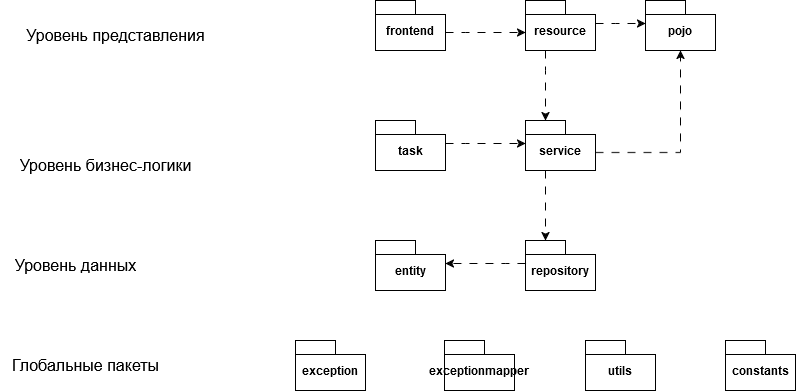
Before: src/main/resources/documentation/Диаграмма пакетов.drawio.png, a diagram exported from draw.io (VladBaton/vlk). Source tidied: cells renumbered, new cells last; positions are measured from the earlier drawing's top-left corner, leaving out a move shared by most shapes.
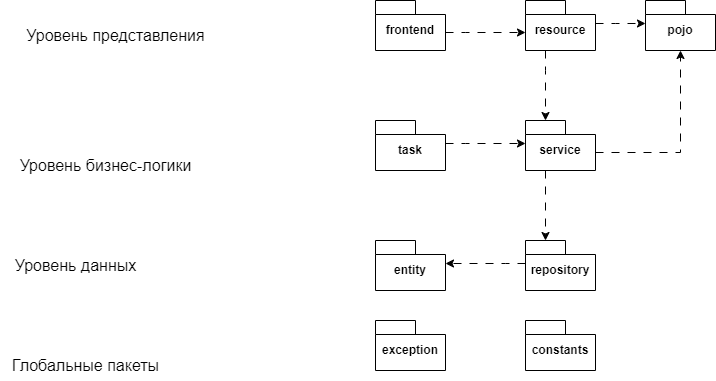
The same diagram one commit later.

Change to the diagram source:
```diff
@@ -21,16 +21,13 @@
       <mxGeometry x="15" y="20" width="200" height="30" as="geometry" />
     </mxCell>
     <mxCell id="8" value="exception" style="shape=folder;fontStyle=1;spacingTop=10;tabWidth=40;tabHeight=14;tabPosition=left;html=1;whiteSpace=wrap;" parent="1" vertex="1">
-      <mxGeometry x="295" y="340" width="70" height="50" as="geometry" />
+      <mxGeometry x="375" y="320" width="70" height="50" as="geometry" />
     </mxCell>
     <mxCell id="9" value="Глобальные пакеты" style="text;html=1;align=center;verticalAlign=middle;strokeColor=none;fillColor=none;fontSize=16;" parent="1" vertex="1">
       <mxGeometry y="350" width="170" height="30" as="geometry" />
     </mxCell>
-    <mxCell id="10" value="exceptionmapper" style="shape=folder;fontStyle=1;spacingTop=10;tabWidth=40;tabHeight=14;tabPosition=left;html=1;whiteSpace=wrap;" parent="1" vertex="1">
-      <mxGeometry x="444" y="340" width="70" height="50" as="geometry" />
-    </mxCell>
     <mxCell id="11" value="constants" style="shape=folder;fontStyle=1;spacingTop=10;tabWidth=40;tabHeight=14;tabPosition=left;html=1;whiteSpace=wrap;" parent="1" vertex="1">
-      <mxGeometry x="725" y="340" width="70" height="50" as="geometry" />
+      <mxGeometry x="525" y="320" width="70" height="50" as="geometry" />
     </mxCell>
     <mxCell id="12" value="repository" style="shape=folder;fontStyle=1;spacingTop=10;tabWidth=40;tabHeight=14;tabPosition=left;html=1;whiteSpace=wrap;" parent="1" vertex="1">
       <mxGeometry x="525" y="240" width="70" height="50" as="geometry" />
@@ -54,9 +51,6 @@
         </Array>
       </mxGeometry>
     </mxCell>
-    <mxCell id="16" value="utils" style="shape=folder;fontStyle=1;spacingTop=10;tabWidth=40;tabHeight=14;tabPosition=left;html=1;whiteSpace=wrap;" parent="1" vertex="1">
-      <mxGeometry x="585" y="340" width="70" height="50" as="geometry" />
-    </mxCell>
     <mxCell id="17" value="task" style="shape=folder;fontStyle=1;spacingTop=10;tabWidth=40;tabHeight=14;tabPosition=left;html=1;whiteSpace=wrap;" parent="1" vertex="1">
       <mxGeometry x="375" y="120" width="70" height="50" as="geometry" />
     </mxCell>
```
